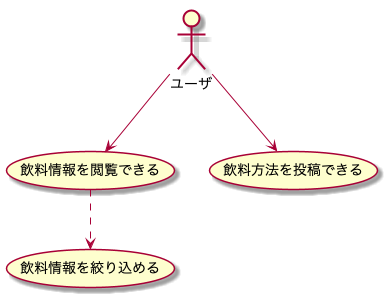
Earlier version of the PlantUML export out/usecase.png (very-heavy/design). Source of this version:
```plantuml
@startuml

actor ユーザ

ユーザ --> (飲料情報を閲覧できる)
ユーザ --> (飲料方法を投稿できる)
(飲料情報を閲覧できる) ..> (飲料情報を絞り込める)

@enduml
```
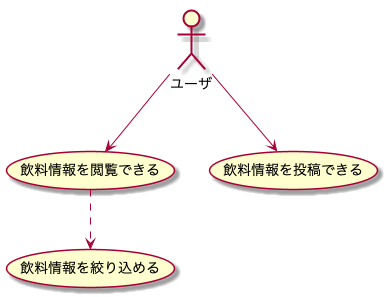
After the change.

What changed in the source:
```diff
@@ -3,7 +3,7 @@
 actor ユーザ
 
 ユーザ --> (飲料情報を閲覧できる)
-ユーザ --> (飲料方法を投稿できる)
+ユーザ --> (飲料情報を投稿できる)
 (飲料情報を閲覧できる) ..> (飲料情報を絞り込める)
 
 @enduml
```
